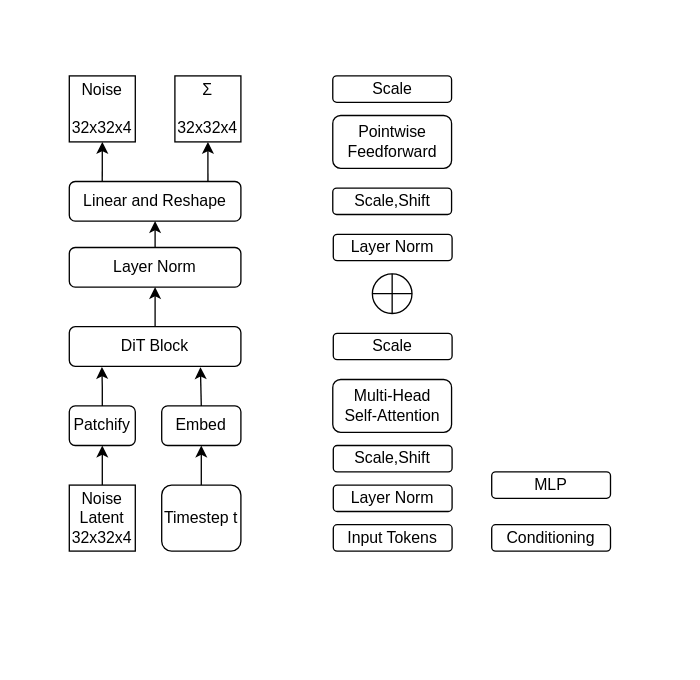
c3030802096/-CV keeps this draw.io diagram as AdaLN.drawio. Above is the earlier version. Source tidied: cells renumbered, new cells numbered last; positions are measured from the earlier drawing's top-left corner, leaving out a move shared by most shapes. Both pictures are drawn from the tidied source at 132%, with x=0, y=0 at pixel (69, 75).
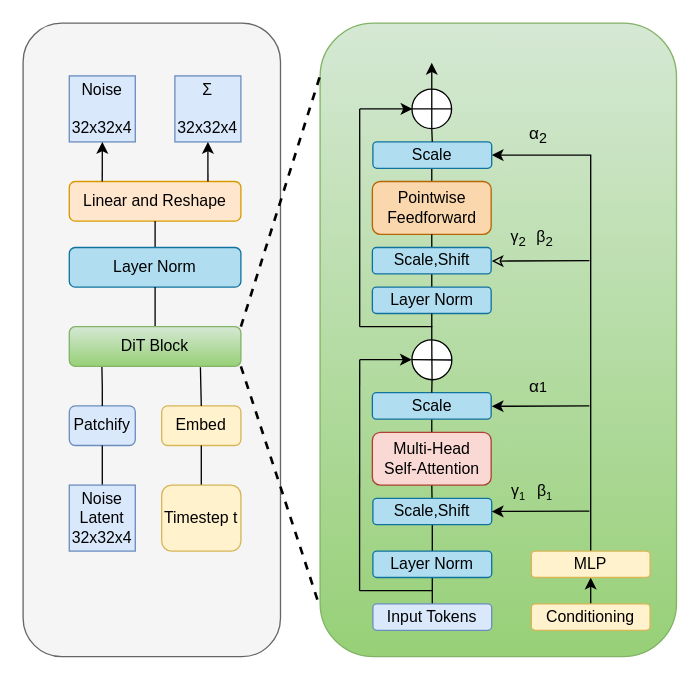
Above is the later version.

What changed in the source:
```diff
@@
+    <mxCell id="31" style="rounded=1;whiteSpace=wrap;html=1;fillColor=#f5f5f5;strokeColor=#666666;fontColor=#333333;" parent="1" vertex="1">
+      <mxGeometry x="-35" y="-40" width="195" height="480" as="geometry" />
+    </mxCell>
+    <mxCell id="32" style="rounded=1;whiteSpace=wrap;html=1;fillColor=#d5e8d4;strokeColor=#82b366;gradientColor=#97d077;" parent="1" vertex="1">
+      <mxGeometry x="190" y="-40" width="270" height="480" as="geometry" />
+    </mxCell>
-    <mxCell id="2" value="Noise&lt;div&gt;&lt;br&gt;&lt;div&gt;&lt;span style=&quot;background-color: initial;&quot;&gt;32x32x4&lt;/span&gt;&lt;/div&gt;&lt;/div&gt;" style="whiteSpace=wrap;html=1;" parent="1" vertex="1">
+    <mxCell id="2" value="Noise&lt;div&gt;&lt;br&gt;&lt;div&gt;&lt;span style=&quot;background-color: initial;&quot;&gt;32x32x4&lt;/span&gt;&lt;/div&gt;&lt;/div&gt;" style="whiteSpace=wrap;html=1;fillColor=#dae8fc;strokeColor=#6c8ebf;" parent="1" vertex="1">
       <mxGeometry width="50" height="50" as="geometry" />
     </mxCell>
-    <mxCell id="3" value="&lt;div&gt;Σ&lt;/div&gt;&lt;div&gt;&lt;br&gt;&lt;div&gt;&lt;span style=&quot;background-color: initial;&quot;&gt;32x32x4&lt;/span&gt;&lt;/div&gt;&lt;/div&gt;" style="whiteSpace=wrap;html=1;" parent="1" vertex="1">
+    <mxCell id="3" value="&lt;div&gt;Σ&lt;/div&gt;&lt;div&gt;&lt;br&gt;&lt;div&gt;&lt;span style=&quot;background-color: initial;&quot;&gt;32x32x4&lt;/span&gt;&lt;/div&gt;&lt;/div&gt;" style="whiteSpace=wrap;html=1;fillColor=#dae8fc;strokeColor=#6c8ebf;" parent="1" vertex="1">
       <mxGeometry x="80" width="50" height="50" as="geometry" />
     </mxCell>
-    <mxCell id="4" value="Linear and Reshape" style="rounded=1;whiteSpace=wrap;html=1;" parent="1" vertex="1">
+    <mxCell id="4" value="Linear and Reshape" style="rounded=1;whiteSpace=wrap;html=1;fillColor=#ffe6cc;strokeColor=#d79b00;" parent="1" vertex="1">
       <mxGeometry y="80" width="130" height="30" as="geometry" />
     </mxCell>
-    <mxCell id="5" style="edgeStyle=orthogonalEdgeStyle;rounded=0;jettySize=auto;html=1;exitX=0.5;exitY=0;exitDx=0;exitDy=0;" parent="1" edge="1" source="6">
+    <mxCell id="5" style="edgeStyle=orthogonalEdgeStyle;rounded=0;jettySize=auto;html=1;exitX=0.5;exitY=0;exitDx=0;exitDy=0;endArrow=none;endFill=0;" parent="1" edge="1" source="6">
       <mxGeometry relative="1" as="geometry">
         <mxPoint x="65" y="110" as="targetPoint" />
       </mxGeometry>
     </mxCell>
-    <mxCell id="6" value="Layer Norm" style="rounded=1;whiteSpace=wrap;html=1;" parent="1" vertex="1">
+    <mxCell id="6" value="Layer Norm" style="rounded=1;whiteSpace=wrap;html=1;fillColor=#b1ddf0;strokeColor=#10739e;" parent="1" vertex="1">
       <mxGeometry y="130" width="130" height="30" as="geometry" />
     </mxCell>
-    <mxCell id="7" value="Patchify" style="rounded=1;whiteSpace=wrap;html=1;" parent="1" vertex="1">
+    <mxCell id="7" value="Patchify" style="rounded=1;whiteSpace=wrap;html=1;fillColor=#dae8fc;strokeColor=#6c8ebf;" parent="1" vertex="1">
       <mxGeometry y="250" width="50" height="30" as="geometry" />
     </mxCell>
-    <mxCell id="8" value="Embed" style="rounded=1;whiteSpace=wrap;html=1;" parent="1" vertex="1">
+    <mxCell id="8" value="Embed" style="rounded=1;whiteSpace=wrap;html=1;fillColor=#fff2cc;strokeColor=#d6b656;" parent="1" vertex="1">
       <mxGeometry x="70" y="250" width="60" height="30" as="geometry" />
     </mxCell>
-    <mxCell id="9" style="edgeStyle=orthogonalEdgeStyle;rounded=0;jettySize=auto;html=1;exitX=0.5;exitY=0;exitDx=0;exitDy=0;entryX=0.5;entryY=1;entryDx=0;entryDy=0;" parent="1" edge="1" source="10" target="7">
+    <mxCell id="9" style="edgeStyle=orthogonalEdgeStyle;rounded=0;jettySize=auto;html=1;exitX=0.5;exitY=0;exitDx=0;exitDy=0;entryX=0.5;entryY=1;entryDx=0;entryDy=0;endArrow=none;endFill=0;" parent="1" edge="1" source="10" target="7">
       <mxGeometry relative="1" as="geometry" />
     </mxCell>
-    <mxCell id="10" value="Noise&lt;div&gt;Latent&lt;br&gt;&lt;div&gt;&lt;span style=&quot;background-color: initial;&quot;&gt;32x32x4&lt;/span&gt;&lt;/div&gt;&lt;/div&gt;" style="whiteSpace=wrap;html=1;" parent="1" vertex="1">
+    <mxCell id="10" value="Noise&lt;div&gt;Latent&lt;br&gt;&lt;div&gt;&lt;span style=&quot;background-color: initial;&quot;&gt;32x32x4&lt;/span&gt;&lt;/div&gt;&lt;/div&gt;" style="whiteSpace=wrap;html=1;fillColor=#dae8fc;strokeColor=#6c8ebf;" parent="1" vertex="1">
       <mxGeometry y="310" width="50" height="50" as="geometry" />
     </mxCell>
-    <mxCell id="11" style="edgeStyle=orthogonalEdgeStyle;rounded=0;jettySize=auto;html=1;exitX=0.5;exitY=0;exitDx=0;exitDy=0;entryX=0.5;entryY=1;entryDx=0;entryDy=0;" parent="1" edge="1" source="12" target="8">
+    <mxCell id="11" style="edgeStyle=orthogonalEdgeStyle;rounded=0;jettySize=auto;html=1;exitX=0.5;exitY=0;exitDx=0;exitDy=0;entryX=0.5;entryY=1;entryDx=0;entryDy=0;endArrow=none;endFill=0;" parent="1" edge="1" source="12" target="8">
       <mxGeometry relative="1" as="geometry" />
     </mxCell>
-    <mxCell id="12" value="Timestep t" style="rounded=1;whiteSpace=wrap;html=1;" parent="1" vertex="1">
+    <mxCell id="12" value="Timestep t" style="rounded=1;whiteSpace=wrap;html=1;fillColor=#fff2cc;strokeColor=#d6b656;" parent="1" vertex="1">
       <mxGeometry x="70" y="310" width="60" height="50" as="geometry" />
     </mxCell>
-    <mxCell id="13" style="edgeStyle=orthogonalEdgeStyle;rounded=0;jettySize=auto;html=1;exitX=0.5;exitY=0;exitDx=0;exitDy=0;entryX=0.5;entryY=1;entryDx=0;entryDy=0;" parent="1" edge="1" source="14" target="6">
+    <mxCell id="13" style="edgeStyle=orthogonalEdgeStyle;rounded=0;jettySize=auto;html=1;exitX=0.5;exitY=0;exitDx=0;exitDy=0;entryX=0.5;entryY=1;entryDx=0;entryDy=0;endArrow=none;endFill=0;" parent="1" edge="1" source="14" target="6">
       <mxGeometry relative="1" as="geometry" />
     </mxCell>
-    <mxCell id="14" value="DiT Block" style="rounded=1;whiteSpace=wrap;html=1;" parent="1" vertex="1">
+    <mxCell id="14" value="DiT Block" style="rounded=1;whiteSpace=wrap;html=1;fillColor=#d5e8d4;strokeColor=#82b366;gradientColor=#97d077;" parent="1" vertex="1">
       <mxGeometry y="190" width="130" height="30" as="geometry" />
     </mxCell>
-    <mxCell id="15" style="edgeStyle=orthogonalEdgeStyle;rounded=0;jettySize=auto;html=1;exitX=0.5;exitY=0;exitDx=0;exitDy=0;entryX=0.19;entryY=1.015;entryDx=0;entryDy=0;entryPerimeter=0;" parent="1" edge="1" source="7" target="14">
+    <mxCell id="15" style="edgeStyle=orthogonalEdgeStyle;rounded=0;jettySize=auto;html=1;exitX=0.5;exitY=0;exitDx=0;exitDy=0;entryX=0.19;entryY=1.015;entryDx=0;entryDy=0;entryPerimeter=0;endArrow=none;endFill=0;" parent="1" edge="1" source="7" target="14">
       <mxGeometry relative="1" as="geometry">
         <Array as="points">
           <mxPoint x="25" y="236" />
           <mxPoint x="25" y="236" />
         </Array>
       </mxGeometry>
     </mxCell>
-    <mxCell id="16" style="edgeStyle=orthogonalEdgeStyle;rounded=0;jettySize=auto;html=1;exitX=0.5;exitY=0;exitDx=0;exitDy=0;entryX=0.764;entryY=1.022;entryDx=0;entryDy=0;entryPerimeter=0;" parent="1" edge="1" source="8" target="14">
+    <mxCell id="16" style="edgeStyle=orthogonalEdgeStyle;rounded=0;jettySize=auto;html=1;exitX=0.5;exitY=0;exitDx=0;exitDy=0;entryX=0.764;entryY=1.022;entryDx=0;entryDy=0;entryPerimeter=0;endArrow=none;endFill=0;" parent="1" edge="1" source="8" target="14">
       <mxGeometry relative="1" as="geometry" />
     </mxCell>
@@
+    <mxCell id="33" style="rounded=0;jettySize=auto;html=1;exitX=0.5;exitY=0;exitDx=0;exitDy=0;entryX=0.5;entryY=1;entryDx=0;entryDy=0;endArrow=none;endFill=0;" parent="1" edge="1" source="19" target="22">
+      <mxGeometry relative="1" as="geometry">
+        <Array as="points">
+          <mxPoint x="275" y="390" />
+          <mxPoint x="275" y="380" />
+        </Array>
+      </mxGeometry>
+    </mxCell>
-    <mxCell id="19" value="Input Tokens" style="rounded=1;whiteSpace=wrap;html=1;" parent="1" vertex="1">
-      <mxGeometry x="200" y="340" width="90" height="20" as="geometry" />
+    <mxCell id="19" value="Input Tokens" style="rounded=1;whiteSpace=wrap;html=1;fillColor=#dae8fc;strokeColor=#6c8ebf;" parent="1" vertex="1">
+      <mxGeometry x="230" y="400" width="90" height="20" as="geometry" />
     </mxCell>
+    <mxCell id="34" style="edgeStyle=orthogonalEdgeStyle;rounded=0;jettySize=auto;html=1;exitX=0.5;exitY=0;exitDx=0;exitDy=0;entryX=0.5;entryY=1;entryDx=0;entryDy=0;" parent="1" edge="1" source="20" target="21">
+      <mxGeometry relative="1" as="geometry" />
+    </mxCell>
-    <mxCell id="20" value="Conditioning" style="rounded=1;whiteSpace=wrap;html=1;" parent="1" vertex="1">
-      <mxGeometry x="320" y="340" width="90" height="20" as="geometry" />
+    <mxCell id="20" value="Conditioning" style="rounded=1;whiteSpace=wrap;html=1;fillColor=#fff2cc;strokeColor=#d6b656;" parent="1" vertex="1">
+      <mxGeometry x="350" y="400" width="90" height="20" as="geometry" />
     </mxCell>
+    <mxCell id="35" style="edgeStyle=orthogonalEdgeStyle;rounded=0;jettySize=auto;html=1;exitX=0.5;exitY=0;exitDx=0;exitDy=0;entryX=1;entryY=0.5;entryDx=0;entryDy=0;" parent="1" edge="1" source="21" target="27">
+      <mxGeometry relative="1" as="geometry">
+        <Array as="points">
+          <mxPoint x="395" y="60" />
+        </Array>
+      </mxGeometry>
+    </mxCell>
-    <mxCell id="21" value="MLP" style="rounded=1;whiteSpace=wrap;html=1;" parent="1" vertex="1">
-      <mxGeometry x="320" y="300" width="90" height="20" as="geometry" />
+    <mxCell id="21" value="MLP" style="rounded=1;whiteSpace=wrap;html=1;fillColor=#fff2cc;strokeColor=#d6b656;" parent="1" vertex="1">
+      <mxGeometry x="350" y="360" width="90" height="20" as="geometry" />
     </mxCell>
+    <mxCell id="36" style="edgeStyle=none;rounded=0;jettySize=auto;html=1;exitX=0.5;exitY=0;exitDx=0;exitDy=0;entryX=0.5;entryY=1;entryDx=0;entryDy=0;endArrow=none;endFill=0;" parent="1" edge="1" source="22" target="23">
+      <mxGeometry relative="1" as="geometry" />
+    </mxCell>
-    <mxCell id="22" value="Layer Norm" style="rounded=1;whiteSpace=wrap;html=1;" parent="1" vertex="1">
-      <mxGeometry x="200" y="310" width="90" height="20" as="geometry" />
+    <mxCell id="22" value="Layer Norm" style="rounded=1;whiteSpace=wrap;html=1;fillColor=#b1ddf0;strokeColor=#10739e;" parent="1" vertex="1">
+      <mxGeometry x="230" y="360" width="90" height="20" as="geometry" />
     </mxCell>
+    <mxCell id="37" style="edgeStyle=none;rounded=0;jettySize=auto;html=1;entryX=0.5;entryY=1;entryDx=0;entryDy=0;endArrow=none;endFill=0;" parent="1" edge="1" source="23" target="28">
+      <mxGeometry relative="1" as="geometry" />
+    </mxCell>
-    <mxCell id="23" value="Scale,Shift" style="rounded=1;whiteSpace=wrap;html=1;" parent="1" vertex="1">
-      <mxGeometry x="200" y="280" width="90" height="20" as="geometry" />
+    <mxCell id="23" value="Scale,Shift" style="rounded=1;whiteSpace=wrap;html=1;fillColor=#b1ddf0;strokeColor=#10739e;" parent="1" vertex="1">
+      <mxGeometry x="230" y="320" width="90" height="20" as="geometry" />
     </mxCell>
+    <mxCell id="38" style="edgeStyle=none;rounded=0;jettySize=auto;html=1;exitX=0.5;exitY=0;exitDx=0;exitDy=0;endArrow=none;endFill=0;" parent="1" edge="1" source="24">
+      <mxGeometry relative="1" as="geometry">
+        <mxPoint x="274.6" y="70" as="targetPoint" />
+      </mxGeometry>
+    </mxCell>
-    <mxCell id="24" value="Pointwise&lt;div&gt;Feedforward&lt;/div&gt;" style="rounded=1;whiteSpace=wrap;html=1;" parent="1" vertex="1">
-      <mxGeometry x="199.6" y="30" width="90" height="40" as="geometry" />
+    <mxCell id="24" value="Pointwise&lt;div&gt;Feedforward&lt;/div&gt;" style="rounded=1;whiteSpace=wrap;html=1;fillColor=#fad7ac;strokeColor=#b46504;" parent="1" vertex="1">
+      <mxGeometry x="229.6" y="80" width="90" height="40" as="geometry" />
     </mxCell>
+    <mxCell id="39" style="edgeStyle=none;rounded=0;jettySize=auto;html=1;exitX=0.5;exitY=0;exitDx=0;exitDy=0;entryX=0.5;entryY=1;entryDx=0;entryDy=0;endArrow=none;endFill=0;" parent="1" edge="1" source="25" target="26">
+      <mxGeometry relative="1" as="geometry" />
+    </mxCell>
-    <mxCell id="25" value="Layer Norm" style="rounded=1;whiteSpace=wrap;html=1;" parent="1" vertex="1">
-      <mxGeometry x="200" y="120" width="90" height="20" as="geometry" />
+    <mxCell id="25" value="Layer Norm" style="rounded=1;whiteSpace=wrap;html=1;fillColor=#b1ddf0;strokeColor=#10739e;" parent="1" vertex="1">
+      <mxGeometry x="229.6" y="160" width="90" height="20" as="geometry" />
     </mxCell>
+    <mxCell id="40" style="edgeStyle=none;rounded=0;jettySize=auto;html=1;exitX=0.5;exitY=0;exitDx=0;exitDy=0;entryX=0.5;entryY=1;entryDx=0;entryDy=0;endArrow=none;endFill=0;" parent="1" edge="1" source="26" target="24">
+      <mxGeometry relative="1" as="geometry" />
+    </mxCell>
-    <mxCell id="26" value="Scale,Shift" style="rounded=1;whiteSpace=wrap;html=1;" parent="1" vertex="1">
-      <mxGeometry x="199.6" y="85" width="90" height="20" as="geometry" />
+    <mxCell id="26" value="Scale,Shift" style="rounded=1;whiteSpace=wrap;html=1;fillColor=#b1ddf0;strokeColor=#10739e;" parent="1" vertex="1">
+      <mxGeometry x="229.6" y="130" width="90" height="20" as="geometry" />
     </mxCell>
-    <mxCell id="27" value="Scale" style="rounded=1;whiteSpace=wrap;html=1;" parent="1" vertex="1">
-      <mxGeometry x="199.6" width="90" height="20" as="geometry" />
+    <mxCell id="27" value="Scale" style="rounded=1;whiteSpace=wrap;html=1;fillColor=#b1ddf0;strokeColor=#10739e;" parent="1" vertex="1">
+      <mxGeometry x="230" y="50" width="90" height="20" as="geometry" />
     </mxCell>
+    <mxCell id="41" style="edgeStyle=none;rounded=0;jettySize=auto;html=1;exitX=0.5;exitY=0;exitDx=0;exitDy=0;entryX=0.5;entryY=1;entryDx=0;entryDy=0;endArrow=none;endFill=0;" parent="1" edge="1" source="28" target="29">
+      <mxGeometry relative="1" as="geometry" />
+    </mxCell>
-    <mxCell id="28" value="Multi-Head&lt;div&gt;Self-Attention&lt;/div&gt;" style="rounded=1;whiteSpace=wrap;html=1;" parent="1" vertex="1">
-      <mxGeometry x="199.6" y="230" width="90" height="40" as="geometry" />
+    <mxCell id="28" value="Multi-Head&lt;div&gt;Self-Attention&lt;/div&gt;" style="rounded=1;whiteSpace=wrap;html=1;fillColor=#fad9d5;strokeColor=#ae4132;" parent="1" vertex="1">
+      <mxGeometry x="229.6" y="270" width="90" height="40" as="geometry" />
     </mxCell>
-    <mxCell id="29" value="Scale" style="rounded=1;whiteSpace=wrap;html=1;" parent="1" vertex="1">
-      <mxGeometry x="200" y="195" width="90" height="20" as="geometry" />
+    <mxCell id="29" value="Scale" style="rounded=1;whiteSpace=wrap;html=1;fillColor=#b1ddf0;strokeColor=#10739e;" parent="1" vertex="1">
+      <mxGeometry x="229.6" y="240" width="90" height="20" as="geometry" />
     </mxCell>
+    <mxCell id="42" style="edgeStyle=none;rounded=0;jettySize=auto;html=1;exitX=0.145;exitY=0.145;exitDx=0;exitDy=0;exitPerimeter=0;entryX=0.5;entryY=1;entryDx=0;entryDy=0;endArrow=none;endFill=0;" parent="1" edge="1" source="30" target="25">
+      <mxGeometry relative="1" as="geometry" />
+    </mxCell>
     <mxCell id="30" style="verticalLabelPosition=bottom;verticalAlign=top;html=1;shape=mxgraph.flowchart.or;rotation=45;" parent="1" vertex="1">
-      <mxGeometry x="229.6" y="150" width="30" height="30" as="geometry" />
+      <mxGeometry x="259.5" y="200.1" width="30.4" height="30" as="geometry" />
     </mxCell>
+    <mxCell id="43" style="edgeStyle=none;rounded=0;jettySize=auto;html=1;exitX=0.145;exitY=0.145;exitDx=0;exitDy=0;exitPerimeter=0;" parent="1" edge="1" source="44">
+      <mxGeometry relative="1" as="geometry">
+        <mxPoint x="274.6" y="-10" as="targetPoint" />
+      </mxGeometry>
+    </mxCell>
+    <mxCell id="44" style="verticalLabelPosition=bottom;verticalAlign=top;html=1;shape=mxgraph.flowchart.or;rotation=45;" parent="1" vertex="1">
+      <mxGeometry x="259.6" y="10" width="30" height="30" as="geometry" />
+    </mxCell>
+    <mxCell id="45" style="edgeStyle=none;rounded=0;jettySize=auto;html=1;exitX=0.5;exitY=0;exitDx=0;exitDy=0;entryX=0.855;entryY=0.855;entryDx=0;entryDy=0;entryPerimeter=0;endArrow=none;endFill=0;" parent="1" edge="1" source="29" target="30">
+      <mxGeometry relative="1" as="geometry" />
+    </mxCell>
+    <mxCell id="46" style="edgeStyle=none;rounded=0;orthogonalLoop=1;jettySize=auto;html=1;entryX=0.5;entryY=1;entryDx=0;entryDy=0;" parent="1" edge="1" source="27" target="27">
+      <mxGeometry relative="1" as="geometry" />
+    </mxCell>
+    <mxCell id="47" style="edgeStyle=none;rounded=0;jettySize=auto;html=1;exitX=0.5;exitY=0;exitDx=0;exitDy=0;entryX=0.855;entryY=0.855;entryDx=0;entryDy=0;entryPerimeter=0;endArrow=none;endFill=0;" parent="1" edge="1" source="27" target="44">
+      <mxGeometry relative="1" as="geometry" />
+    </mxCell>
+    <mxCell id="48" style="edgeStyle=none;rounded=0;orthogonalLoop=1;jettySize=auto;html=1;entryX=0.5;entryY=0;entryDx=0;entryDy=0;" parent="1" edge="1" source="22" target="22">
+      <mxGeometry relative="1" as="geometry" />
+    </mxCell>
+    <mxCell id="49" style="endArrow=none;html=1;rounded=0;" parent="1" edge="1">
+      <mxGeometry relative="1" as="geometry">
+        <mxPoint x="220" y="390" as="sourcePoint" />
+        <mxPoint x="275" y="390" as="targetPoint" />
+      </mxGeometry>
+    </mxCell>
+    <mxCell id="50" style="endArrow=none;html=1;rounded=0;" parent="1" edge="1">
+      <mxGeometry relative="1" as="geometry">
+        <mxPoint x="220" y="215" as="sourcePoint" />
+        <mxPoint x="219.9" y="390" as="targetPoint" />
+      </mxGeometry>
+    </mxCell>
+    <mxCell id="51" style="endArrow=classic;html=1;rounded=0;entryX=0.145;entryY=0.855;entryDx=0;entryDy=0;entryPerimeter=0;endFill=1;" parent="1" edge="1" target="30">
+      <mxGeometry relative="1" as="geometry">
+        <mxPoint x="220" y="215" as="sourcePoint" />
+      </mxGeometry>
+    </mxCell>
+    <mxCell id="52" style="endArrow=none;html=1;rounded=0;" parent="1" edge="1">
+      <mxGeometry relative="1" as="geometry">
+        <mxPoint x="220" y="190" as="sourcePoint" />
+        <mxPoint x="275" y="190" as="targetPoint" />
+      </mxGeometry>
+    </mxCell>
+    <mxCell id="53" style="endArrow=none;html=1;rounded=0;" parent="1" edge="1">
+      <mxGeometry relative="1" as="geometry">
+        <mxPoint x="220" y="190" as="sourcePoint" />
+        <mxPoint x="220" y="25" as="targetPoint" />
+      </mxGeometry>
+    </mxCell>
+    <mxCell id="54" style="endArrow=classic;html=1;rounded=0;endFill=1;" parent="1" edge="1">
+      <mxGeometry relative="1" as="geometry">
+        <mxPoint x="220" y="25" as="sourcePoint" />
+        <mxPoint x="260" y="25" as="targetPoint" />
+      </mxGeometry>
+    </mxCell>
+    <mxCell id="55" style="endArrow=none;html=1;rounded=0;exitX=1;exitY=0.5;exitDx=0;exitDy=0;startArrow=classic;startFill=1;" parent="1" edge="1" source="23">
+      <mxGeometry relative="1" as="geometry">
+        <mxPoint x="394" y="329.7" as="targetPoint" />
+      </mxGeometry>
+    </mxCell>
+    <mxCell id="56" style="endArrow=none;html=1;rounded=0;exitX=1;exitY=0.5;exitDx=0;exitDy=0;startArrow=classic;startFill=1;" parent="1" edge="1">
+      <mxGeometry relative="1" as="geometry">
+        <mxPoint x="320" y="250.3" as="sourcePoint" />
+        <mxPoint x="394" y="250" as="targetPoint" />
+      </mxGeometry>
+    </mxCell>
+    <mxCell id="57" style="endArrow=none;html=1;rounded=0;exitX=1;exitY=0.5;exitDx=0;exitDy=0;endFill=0;startArrow=classic;startFill=0;" parent="1" edge="1">
+      <mxGeometry relative="1" as="geometry">
+        <mxPoint x="320" y="140.3" as="sourcePoint" />
+        <mxPoint x="394" y="140" as="targetPoint" />
+      </mxGeometry>
+    </mxCell>
+    <mxCell id="58" value="&lt;span style=&quot;font-size: 13px;&quot;&gt;α&lt;sub&gt;2&lt;/sub&gt;&lt;/span&gt;" style="text;html=1;align=center;verticalAlign=middle;strokeColor=none;fillColor=none;strokeWidth=1;" parent="1" vertex="1">
+      <mxGeometry x="335" y="30" width="40" height="30" as="geometry" />
+    </mxCell>
+    <mxCell id="59" value="&lt;span style=&quot;font-size: 13px;&quot;&gt;α&lt;/span&gt;&lt;span style=&quot;font-size: 10.8333px;&quot;&gt;1&lt;/span&gt;" style="text;html=1;align=center;verticalAlign=middle;strokeColor=none;fillColor=none;strokeWidth=1;" parent="1" vertex="1">
+      <mxGeometry x="335" y="220" width="40" height="30" as="geometry" />
+    </mxCell>
+    <mxCell id="60" value="γ&lt;sub&gt;2&lt;/sub&gt;" style="text;html=1;align=center;verticalAlign=middle;strokeColor=none;fillColor=none;" parent="1" vertex="1">
+      <mxGeometry x="320" y="108" width="40" height="30" as="geometry" />
+    </mxCell>
+    <mxCell id="61" value="β&lt;sub&gt;2&lt;/sub&gt;" style="text;html=1;align=center;verticalAlign=middle;strokeColor=none;fillColor=none;" parent="1" vertex="1">
+      <mxGeometry x="340" y="108" width="40" height="30" as="geometry" />
+    </mxCell>
+    <mxCell id="62" value="β&lt;span style=&quot;font-size: 10px;&quot;&gt;&lt;sub&gt;1&lt;/sub&gt;&lt;/span&gt;" style="text;html=1;align=center;verticalAlign=middle;strokeColor=none;fillColor=none;" parent="1" vertex="1">
+      <mxGeometry x="340" y="300" width="40" height="30" as="geometry" />
+    </mxCell>
+    <mxCell id="63" value="γ&lt;span style=&quot;font-size: 10px;&quot;&gt;&lt;sub&gt;1&lt;/sub&gt;&lt;/span&gt;" style="text;html=1;align=center;verticalAlign=middle;strokeColor=none;fillColor=none;" parent="1" vertex="1">
+      <mxGeometry x="325" y="300" width="30" height="30" as="geometry" />
+    </mxCell>
+    <mxCell id="64" style="endArrow=none;html=1;rounded=0;dashed=1;exitX=1;exitY=0;exitDx=0;exitDy=0;entryX=0;entryY=0.083;entryDx=0;entryDy=0;entryPerimeter=0;strokeWidth=2;" parent="1" edge="1" source="14" target="32">
+      <mxGeometry relative="1" as="geometry" />
+    </mxCell>
+    <mxCell id="65" style="endArrow=none;html=1;rounded=0;dashed=1;exitX=1;exitY=0;exitDx=0;exitDy=0;entryX=-0.004;entryY=0.916;entryDx=0;entryDy=0;entryPerimeter=0;strokeWidth=2;" parent="1" edge="1" target="32">
+      <mxGeometry relative="1" as="geometry">
+        <mxPoint x="130" y="220" as="sourcePoint" />
+      </mxGeometry>
+    </mxCell>
```
